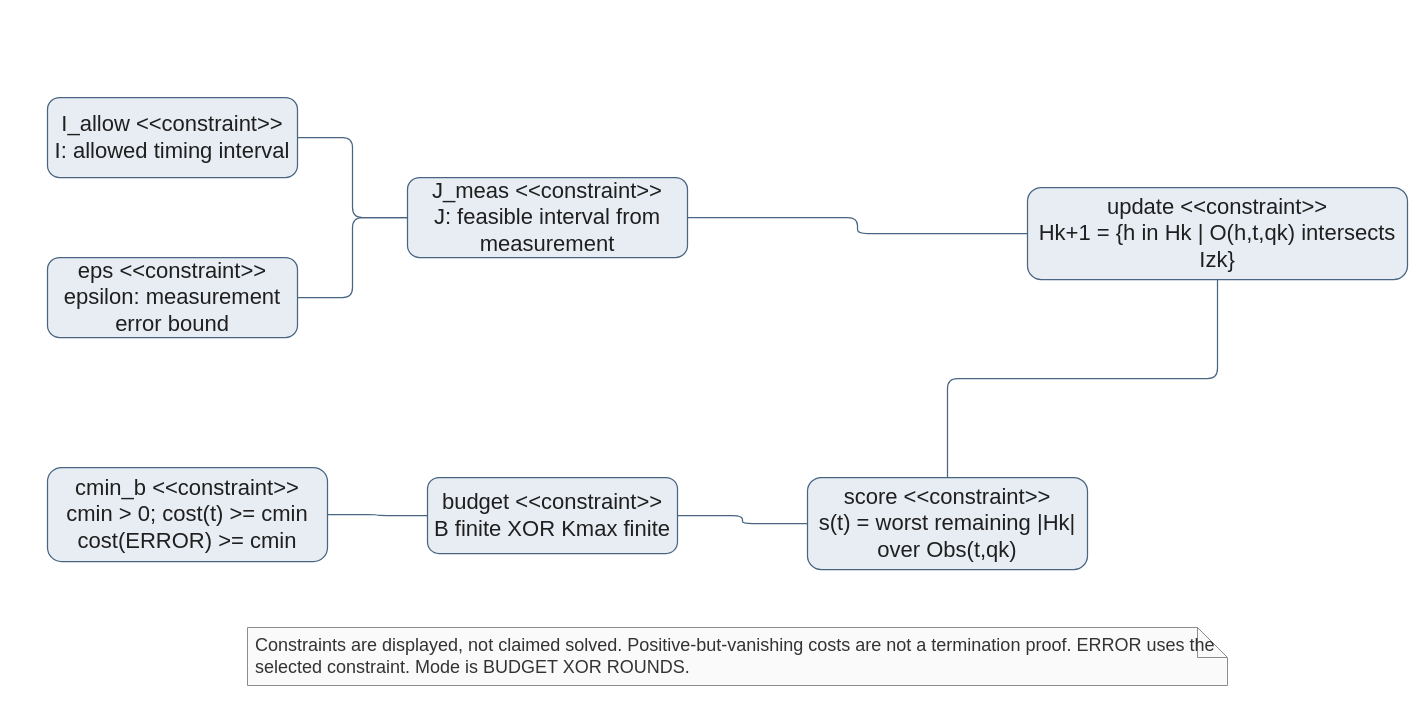
Above: docs/research/publication/models/drawio/FIG-CL-TAV-08-parametric.drawio in ZhangChi0727/arinc-615a-conformance (draw.io), before the change. Source tidied: cells renumbered, new cells numbered last; positions are measured from the earlier drawing's top-left corner, leaving out a move shared by most shapes. Both pictures are drawn from the tidied source at 100%, with x=0, y=0 at pixel (47, 97).
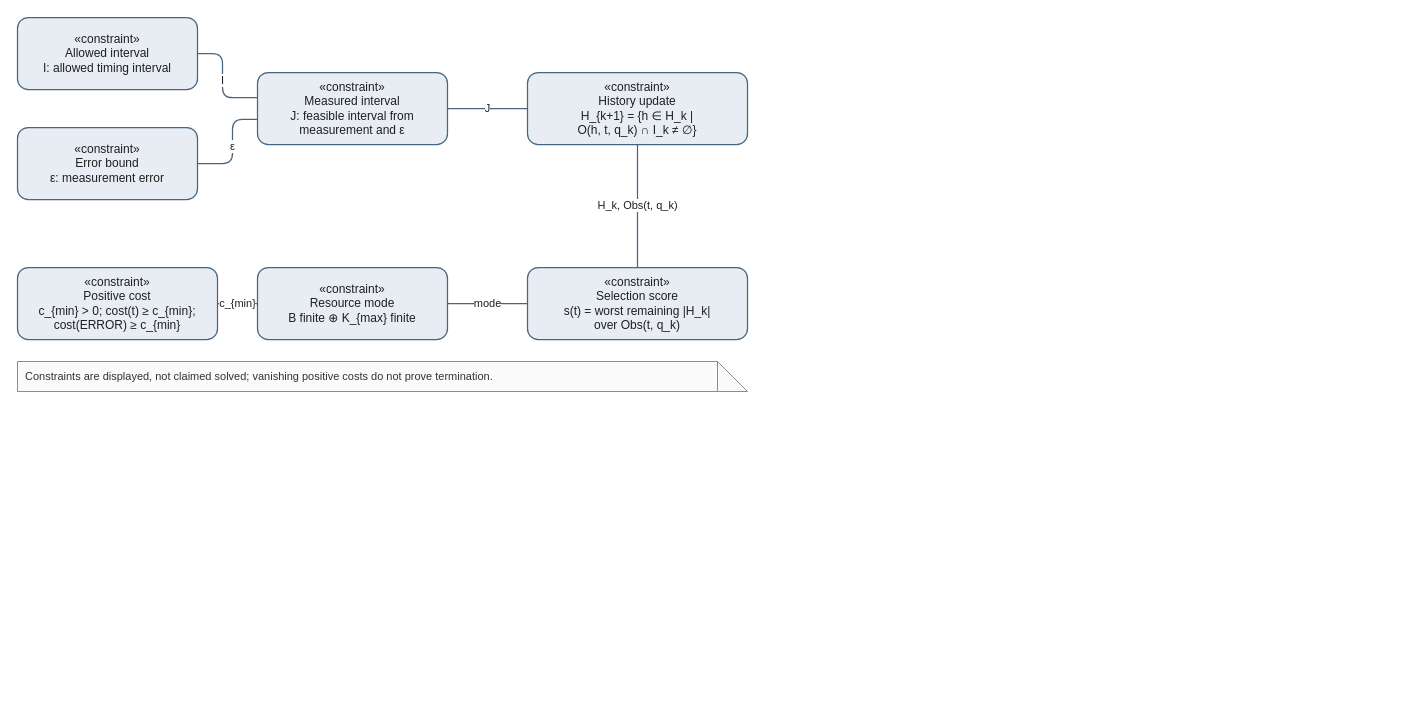
The same diagram, later.

Diff of the diagram source:
```diff
@@
 <mxGraphModel>
   <root>
     <mxCell id="0" />
     <mxCell id="1" parent="0" />
-    <mxCell id="2" value="I_allow &amp;lt;&amp;lt;constraint&amp;gt;&amp;gt;&lt;br&gt;I: allowed timing interval" style="rounded=1;whiteSpace=wrap;html=1;fillColor=#E8EDF3;strokeColor=#486581;strokeWidth=1.25;fontFamily=Helvetica;fontSize=22;fontColor=#1F1F1F;align=center;verticalAlign=middle;spacing=6;shadow=0;glass=0;gradientColor=none;" parent="1" vertex="1">
-      <mxGeometry width="250" height="80" as="geometry" />
-    </mxCell>
-    <mxCell id="3" value="eps &amp;lt;&amp;lt;constraint&amp;gt;&amp;gt;&lt;br&gt;epsilon: measurement error bound" style="rounded=1;whiteSpace=wrap;html=1;fillColor=#E8EDF3;strokeColor=#486581;strokeWidth=1.25;fontFamily=Helvetica;fontSize=22;fontColor=#1F1F1F;align=center;verticalAlign=middle;spacing=6;shadow=0;glass=0;gradientColor=none;" parent="1" vertex="1">
-      <mxGeometry y="160" width="250" height="80" as="geometry" />
-    </mxCell>
-    <mxCell id="4" value="J_meas &amp;lt;&amp;lt;constraint&amp;gt;&amp;gt;&lt;br&gt;J: feasible interval from measurement" style="rounded=1;whiteSpace=wrap;html=1;fillColor=#E8EDF3;strokeColor=#486581;strokeWidth=1.25;fontFamily=Helvetica;fontSize=22;fontColor=#1F1F1F;align=center;verticalAlign=middle;spacing=6;shadow=0;glass=0;gradientColor=none;" parent="1" vertex="1">
-      <mxGeometry x="360" y="80" width="280" height="80" as="geometry" />
-    </mxCell>
-    <mxCell id="5" value="cmin_b &amp;lt;&amp;lt;constraint&amp;gt;&amp;gt;&lt;br&gt;cmin &amp;gt; 0; cost(t) &amp;gt;= cmin&lt;br&gt;cost(ERROR) &amp;gt;= cmin" style="rounded=1;whiteSpace=wrap;html=1;fillColor=#E8EDF3;strokeColor=#486581;strokeWidth=1.25;fontFamily=Helvetica;fontSize=22;fontColor=#1F1F1F;align=center;verticalAlign=middle;spacing=6;shadow=0;glass=0;gradientColor=none;" parent="1" vertex="1">
-      <mxGeometry y="370" width="280" height="94" as="geometry" />
-    </mxCell>
-    <mxCell id="6" value="budget &amp;lt;&amp;lt;constraint&amp;gt;&amp;gt;&lt;br&gt;B finite XOR Kmax finite" style="rounded=1;whiteSpace=wrap;html=1;fillColor=#E8EDF3;strokeColor=#486581;strokeWidth=1.25;fontFamily=Helvetica;fontSize=22;fontColor=#1F1F1F;align=center;verticalAlign=middle;spacing=6;shadow=0;glass=0;gradientColor=none;" parent="1" vertex="1">
-      <mxGeometry x="380" y="380" width="250" height="76" as="geometry" />
-    </mxCell>
-    <mxCell id="7" value="score &amp;lt;&amp;lt;constraint&amp;gt;&amp;gt;&lt;br&gt;s(t) = worst remaining |Hk|&lt;br&gt;over Obs(t,qk)" style="rounded=1;whiteSpace=wrap;html=1;fillColor=#E8EDF3;strokeColor=#486581;strokeWidth=1.25;fontFamily=Helvetica;fontSize=22;fontColor=#1F1F1F;align=center;verticalAlign=middle;spacing=6;shadow=0;glass=0;gradientColor=none;" parent="1" vertex="1">
-      <mxGeometry x="760" y="380" width="280" height="92" as="geometry" />
-    </mxCell>
-    <mxCell id="8" value="update &amp;lt;&amp;lt;constraint&amp;gt;&amp;gt;&lt;br&gt;Hk+1 = {h in Hk | O(h,t,qk) intersects Izk}" style="rounded=1;whiteSpace=wrap;html=1;fillColor=#E8EDF3;strokeColor=#486581;strokeWidth=1.25;fontFamily=Helvetica;fontSize=22;fontColor=#1F1F1F;align=center;verticalAlign=middle;spacing=6;shadow=0;glass=0;gradientColor=none;" parent="1" vertex="1">
-      <mxGeometry x="980" y="90" width="380" height="92" as="geometry" />
-    </mxCell>
-    <mxCell id="9" value="Constraints are displayed, not claimed solved. Positive-but-vanishing costs are not a termination proof. ERROR uses the selected constraint. Mode is BUDGET XOR ROUNDS." style="shape=note;whiteSpace=wrap;html=1;fillColor=#FAFAFA;strokeColor=#8C8C8C;strokeWidth=1;fontFamily=Helvetica;fontSize=18;fontColor=#333333;align=left;verticalAlign=middle;spacing=8;shadow=0;glass=0;gradientColor=none;" parent="1" vertex="1">
-      <mxGeometry x="200" y="530" width="980" height="58" as="geometry" />
-    </mxCell>
-    <mxCell id="10" style="edgeStyle=orthogonalEdgeStyle;rounded=1;jettySize=auto;html=1;strokeWidth=1.25;fontFamily=Helvetica;fontSize=18;fontColor=#1F1F1F;labelBackgroundColor=#FFFFFF;endArrow=none;strokeColor=#486581;" parent="1" edge="1" source="2" target="4">
-      <mxGeometry relative="1" as="geometry" />
-    </mxCell>
-    <mxCell id="11" style="edgeStyle=orthogonalEdgeStyle;rounded=1;jettySize=auto;html=1;strokeWidth=1.25;fontFamily=Helvetica;fontSize=18;fontColor=#1F1F1F;labelBackgroundColor=#FFFFFF;endArrow=none;strokeColor=#486581;" parent="1" edge="1" source="3" target="4">
-      <mxGeometry relative="1" as="geometry" />
-    </mxCell>
-    <mxCell id="12" style="edgeStyle=orthogonalEdgeStyle;rounded=1;jettySize=auto;html=1;strokeWidth=1.25;fontFamily=Helvetica;fontSize=18;fontColor=#1F1F1F;labelBackgroundColor=#FFFFFF;endArrow=none;strokeColor=#486581;" parent="1" edge="1" source="4" target="8">
-      <mxGeometry relative="1" as="geometry" />
-    </mxCell>
-    <mxCell id="13" style="edgeStyle=orthogonalEdgeStyle;rounded=1;jettySize=auto;html=1;strokeWidth=1.25;fontFamily=Helvetica;fontSize=18;fontColor=#1F1F1F;labelBackgroundColor=#FFFFFF;endArrow=none;strokeColor=#486581;" parent="1" edge="1" source="5" target="6">
-      <mxGeometry relative="1" as="geometry" />
-    </mxCell>
-    <mxCell id="14" style="edgeStyle=orthogonalEdgeStyle;rounded=1;jettySize=auto;html=1;strokeWidth=1.25;fontFamily=Helvetica;fontSize=18;fontColor=#1F1F1F;labelBackgroundColor=#FFFFFF;endArrow=none;strokeColor=#486581;" parent="1" edge="1" source="7" target="8">
-      <mxGeometry relative="1" as="geometry" />
-    </mxCell>
-    <mxCell id="15" style="edgeStyle=orthogonalEdgeStyle;rounded=1;jettySize=auto;html=1;strokeWidth=1.25;fontFamily=Helvetica;fontSize=18;fontColor=#1F1F1F;labelBackgroundColor=#FFFFFF;endArrow=none;strokeColor=#486581;" parent="1" edge="1" source="6" target="7">
-      <mxGeometry relative="1" as="geometry" />
-    </mxCell>
+    <mxCell id="16" value="«constraint»&lt;br&gt;Allowed interval&lt;br&gt;I: allowed timing interval" style="rounded=1;whiteSpace=wrap;html=1;fillColor=#E8EDF3;strokeColor=#486581;strokeWidth=1.25;fontFamily=Helvetica;fontSize=12;fontColor=#1F1F1F;align=center;verticalAlign=middle;spacing=6;shadow=0;glass=0;gradientColor=none;" parent="1" vertex="1">
+      <mxGeometry x="-30" y="-80" width="180" height="72" as="geometry" />
+    </mxCell>
+    <mxCell id="17" value="«constraint»&lt;br&gt;Error bound&lt;br&gt;ε: measurement error" style="rounded=1;whiteSpace=wrap;html=1;fillColor=#E8EDF3;strokeColor=#486581;strokeWidth=1.25;fontFamily=Helvetica;fontSize=12;fontColor=#1F1F1F;align=center;verticalAlign=middle;spacing=6;shadow=0;glass=0;gradientColor=none;" parent="1" vertex="1">
+      <mxGeometry x="-30" y="30" width="180" height="72" as="geometry" />
+    </mxCell>
+    <mxCell id="18" value="«constraint»&lt;br&gt;Measured interval&lt;br&gt;J: feasible interval from&lt;br&gt;measurement and ε" style="rounded=1;whiteSpace=wrap;html=1;fillColor=#E8EDF3;strokeColor=#486581;strokeWidth=1.25;fontFamily=Helvetica;fontSize=12;fontColor=#1F1F1F;align=center;verticalAlign=middle;spacing=6;shadow=0;glass=0;gradientColor=none;" parent="1" vertex="1">
+      <mxGeometry x="210" y="-25" width="190" height="72" as="geometry" />
+    </mxCell>
+    <mxCell id="19" value="«constraint»&lt;br&gt;History update&lt;br&gt;H_{k+1} = {h ∈ H_k |&lt;br&gt;O(h, t, q_k) ∩ I_k ≠ ∅}" style="rounded=1;whiteSpace=wrap;html=1;fillColor=#E8EDF3;strokeColor=#486581;strokeWidth=1.25;fontFamily=Helvetica;fontSize=12;fontColor=#1F1F1F;align=center;verticalAlign=middle;spacing=6;shadow=0;glass=0;gradientColor=none;" parent="1" vertex="1">
+      <mxGeometry x="480" y="-25" width="220" height="72" as="geometry" />
+    </mxCell>
+    <mxCell id="20" value="«constraint»&lt;br&gt;Positive cost&lt;br&gt;c_{min} &amp;gt; 0; cost(t) ≥ c_{min};&lt;br&gt;cost(ERROR) ≥ c_{min}" style="rounded=1;whiteSpace=wrap;html=1;fillColor=#E8EDF3;strokeColor=#486581;strokeWidth=1.25;fontFamily=Helvetica;fontSize=12;fontColor=#1F1F1F;align=center;verticalAlign=middle;spacing=6;shadow=0;glass=0;gradientColor=none;" parent="1" vertex="1">
+      <mxGeometry x="-30" y="170" width="200" height="72" as="geometry" />
+    </mxCell>
+    <mxCell id="21" value="«constraint»&lt;br&gt;Resource mode&lt;br&gt;B finite ⊕ K_{max} finite" style="rounded=1;whiteSpace=wrap;html=1;fillColor=#E8EDF3;strokeColor=#486581;strokeWidth=1.25;fontFamily=Helvetica;fontSize=12;fontColor=#1F1F1F;align=center;verticalAlign=middle;spacing=6;shadow=0;glass=0;gradientColor=none;" parent="1" vertex="1">
+      <mxGeometry x="210" y="170" width="190" height="72" as="geometry" />
+    </mxCell>
+    <mxCell id="22" value="«constraint»&lt;br&gt;Selection score&lt;br&gt;s(t) = worst remaining |H_k|&lt;br&gt;over Obs(t, q_k)" style="rounded=1;whiteSpace=wrap;html=1;fillColor=#E8EDF3;strokeColor=#486581;strokeWidth=1.25;fontFamily=Helvetica;fontSize=12;fontColor=#1F1F1F;align=center;verticalAlign=middle;spacing=6;shadow=0;glass=0;gradientColor=none;" parent="1" vertex="1">
+      <mxGeometry x="480" y="170" width="220" height="72" as="geometry" />
+    </mxCell>
+    <mxCell id="23" value="Constraints are displayed, not claimed solved; vanishing positive costs do not prove termination." style="shape=note;whiteSpace=wrap;html=1;fillColor=#FAFAFA;strokeColor=#8C8C8C;strokeWidth=1;fontFamily=Helvetica;fontSize=11;fontColor=#333333;align=left;verticalAlign=middle;spacing=8;shadow=0;glass=0;gradientColor=none;" parent="1" vertex="1">
+      <mxGeometry x="-30" y="264" width="730" height="30" as="geometry" />
+    </mxCell>
+    <mxCell id="24" value="I" style="edgeStyle=orthogonalEdgeStyle;rounded=1;jettySize=auto;html=1;strokeWidth=1.25;fontFamily=Helvetica;fontSize=11;fontColor=#1F1F1F;labelBackgroundColor=#FFFFFF;endArrow=none;strokeColor=#486581;exitX=1;exitY=0.5;entryX=0;entryY=0.35;exitDx=0;exitDy=0;exitPerimeter=1;entryDx=0;entryDy=0;entryPerimeter=1;" parent="1" edge="1" source="16" target="18">
+      <mxGeometry relative="1" as="geometry">
+        <Array as="points">
+          <mxPoint x="175" y="-44" />
+          <mxPoint x="175" />
+        </Array>
+      </mxGeometry>
+    </mxCell>
+    <mxCell id="25" value="ε" style="edgeStyle=orthogonalEdgeStyle;rounded=1;jettySize=auto;html=1;strokeWidth=1.25;fontFamily=Helvetica;fontSize=11;fontColor=#1F1F1F;labelBackgroundColor=#FFFFFF;endArrow=none;strokeColor=#486581;exitX=1;exitY=0.5;entryX=0;entryY=0.65;exitDx=0;exitDy=0;exitPerimeter=1;entryDx=0;entryDy=0;entryPerimeter=1;" parent="1" edge="1" source="17" target="18">
+      <mxGeometry relative="1" as="geometry">
+        <Array as="points">
+          <mxPoint x="185" y="66" />
+          <mxPoint x="185" y="22" />
+        </Array>
+      </mxGeometry>
+    </mxCell>
+    <mxCell id="26" value="J" style="edgeStyle=orthogonalEdgeStyle;rounded=1;jettySize=auto;html=1;strokeWidth=1.25;fontFamily=Helvetica;fontSize=11;fontColor=#1F1F1F;labelBackgroundColor=#FFFFFF;endArrow=none;strokeColor=#486581;exitX=1;exitY=0.5;entryX=0;entryY=0.5;exitDx=0;exitDy=0;exitPerimeter=1;entryDx=0;entryDy=0;entryPerimeter=1;" parent="1" edge="1" source="18" target="19">
+      <mxGeometry relative="1" as="geometry" />
+    </mxCell>
+    <mxCell id="27" value="H_k, Obs(t, q_k)" style="edgeStyle=orthogonalEdgeStyle;rounded=1;jettySize=auto;html=1;strokeWidth=1.25;fontFamily=Helvetica;fontSize=11;fontColor=#1F1F1F;labelBackgroundColor=#FFFFFF;endArrow=none;strokeColor=#486581;exitX=0.5;exitY=0;entryX=0.5;entryY=1;exitDx=0;exitDy=0;exitPerimeter=1;entryDx=0;entryDy=0;entryPerimeter=1;" parent="1" edge="1" source="22" target="19">
+      <mxGeometry relative="1" as="geometry" />
+    </mxCell>
+    <mxCell id="28" value="mode" style="edgeStyle=orthogonalEdgeStyle;rounded=1;jettySize=auto;html=1;strokeWidth=1.25;fontFamily=Helvetica;fontSize=11;fontColor=#1F1F1F;labelBackgroundColor=#FFFFFF;endArrow=none;strokeColor=#486581;exitX=1;exitY=0.5;entryX=0;entryY=0.5;exitDx=0;exitDy=0;exitPerimeter=1;entryDx=0;entryDy=0;entryPerimeter=1;" parent="1" edge="1" source="21" target="22">
+      <mxGeometry relative="1" as="geometry" />
+    </mxCell>
+    <mxCell id="29" value="c_{min}" style="edgeStyle=orthogonalEdgeStyle;rounded=1;jettySize=auto;html=1;strokeWidth=1.25;fontFamily=Helvetica;fontSize=11;fontColor=#1F1F1F;labelBackgroundColor=#FFFFFF;endArrow=none;strokeColor=#486581;exitX=1;exitY=0.5;entryX=0;entryY=0.5;exitDx=0;exitDy=0;exitPerimeter=1;entryDx=0;entryDy=0;entryPerimeter=1;" parent="1" edge="1" source="20" target="21">
+      <mxGeometry relative="1" as="geometry" />
+    </mxCell>
   </root>
 </mxGraphModel>
```
